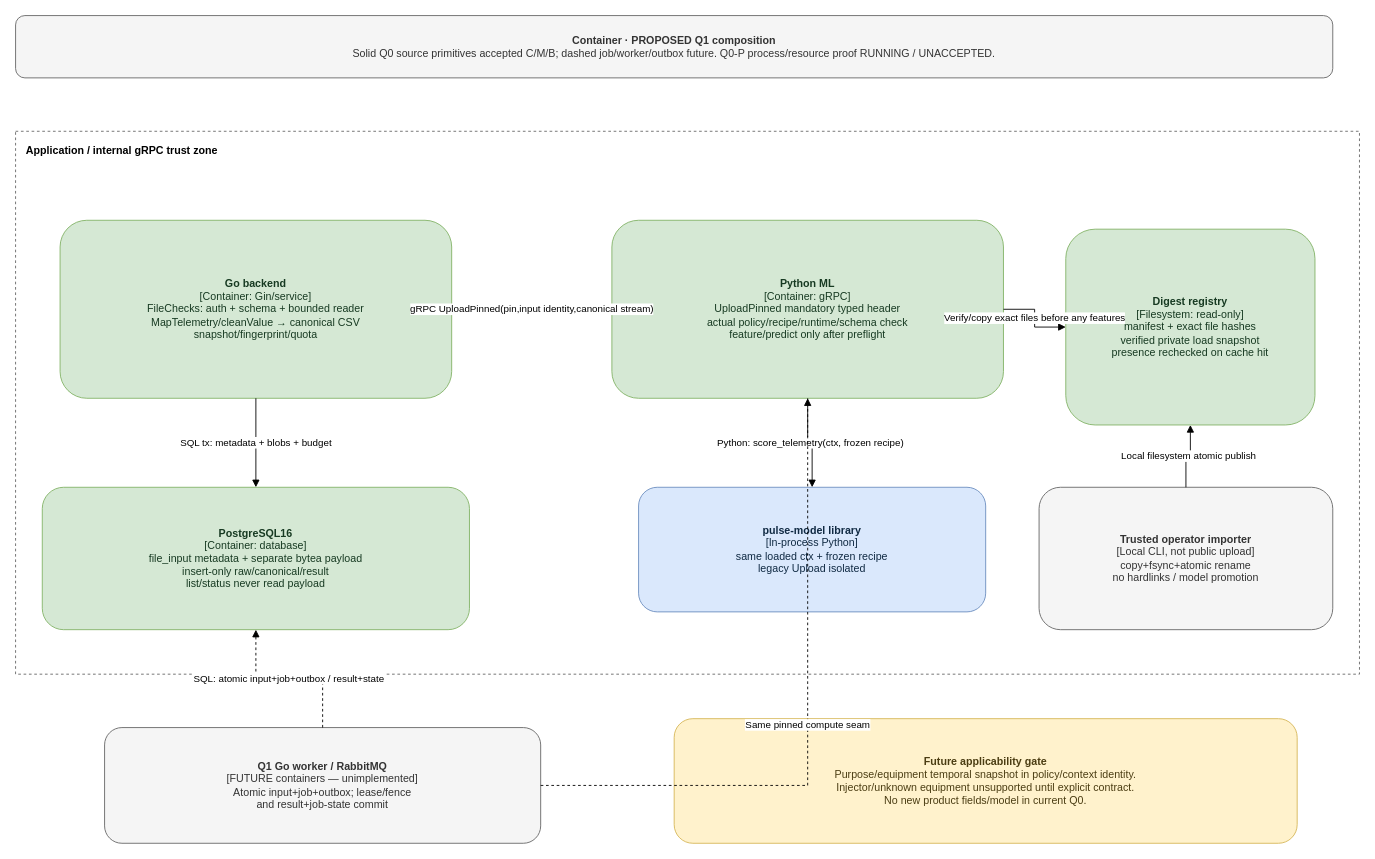
The draw.io diagram page "C2 Proposed — Q1 transaction composition" (4 of 6) of docs/q0-artifact-pinning.drawio in effitech-pulse/pulse-backend, before the edit. Source tidied: cells renumbered, new cells numbered last; positions are measured from the earlier drawing's top-left corner, leaving out a move shared by most shapes. Both pictures are drawn from the tidied source at 89%, with x=0, y=0 at pixel (15, 15).
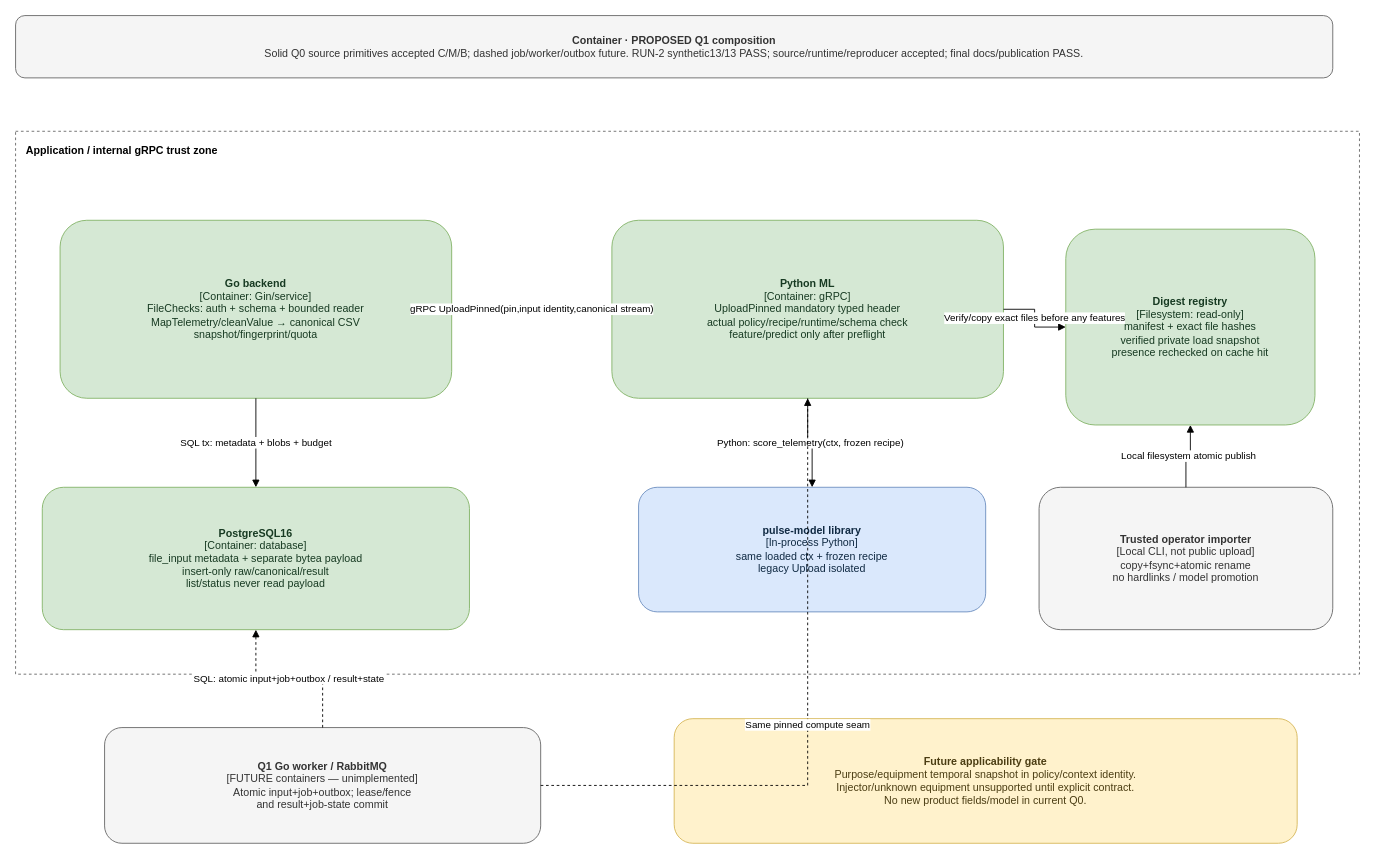
After the change.

The edit, as a diff of the source:
```diff
@@
 <mxGraphModel>
   <root>
     <mxCell id="0" />
     <mxCell id="1" parent="0" />
-    <mxCell id="2" value="&lt;b&gt;Container · PROPOSED Q1 composition&lt;/b&gt;&lt;br&gt;Solid Q0 source primitives accepted C/M/B; dashed job/worker/outbox future. Q0-P process/resource proof RUNNING / UNACCEPTED." style="rounded=1;whiteSpace=wrap;html=1;fillColor=#f5f5f5;strokeColor=#666666;fontColor=#333333;" parent="1" vertex="1">
+    <mxCell id="2" value="&lt;b&gt;Container · PROPOSED Q1 composition&lt;/b&gt;&lt;br&gt;Solid Q0 source primitives accepted C/M/B; dashed job/worker/outbox future. RUN-2 synthetic13/13 PASS; source/runtime/reproducer accepted; final docs/publication PASS." style="rounded=1;whiteSpace=wrap;html=1;fillColor=#f5f5f5;strokeColor=#666666;fontColor=#333333;" parent="1" vertex="1">
       <mxGeometry width="1480" height="70" as="geometry" />
     </mxCell>
     <mxCell id="3" value="Application / internal gRPC trust zone" style="rounded=0;whiteSpace=wrap;html=1;fillColor=none;strokeColor=#666666;dashed=1;verticalAlign=top;align=left;fontStyle=1;spacingTop=8;spacingLeft=10;" parent="1" vertex="1">
       <mxGeometry y="130" width="1510" height="610" as="geometry" />
     </mxCell>
     <mxCell id="4" value="&lt;b&gt;Go backend&lt;/b&gt;&lt;br&gt;[Container: Gin/service]&lt;br&gt;FileChecks: auth + schema + bounded reader&lt;br&gt;MapTelemetry/cleanValue → canonical CSV&lt;br&gt;snapshot/fingerprint/quota" style="rounded=1;whiteSpace=wrap;html=1;fillColor=#d5e8d4;strokeColor=#82b366;fontColor=#173a22;" parent="1" vertex="1">
       <mxGeometry x="50" y="230" width="440" height="200" as="geometry" />
     </mxCell>
     <mxCell id="5" value="&lt;b&gt;PostgreSQL16&lt;/b&gt;&lt;br&gt;[Container: database]&lt;br&gt;file_input metadata + separate bytea payload&lt;br&gt;insert-only raw/canonical/result&lt;br&gt;list/status never read payload" style="rounded=1;whiteSpace=wrap;html=1;fillColor=#d5e8d4;strokeColor=#82b366;fontColor=#173a22;" parent="1" vertex="1">
       <mxGeometry x="30" y="530" width="480" height="160" as="geometry" />
     </mxCell>
     <mxCell id="6" value="&lt;b&gt;Python ML&lt;/b&gt;&lt;br&gt;[Container: gRPC]&lt;br&gt;UploadPinned mandatory typed header&lt;br&gt;actual policy/recipe/runtime/schema check&lt;br&gt;feature/predict only after preflight" style="rounded=1;whiteSpace=wrap;html=1;fillColor=#d5e8d4;strokeColor=#82b366;fontColor=#173a22;" parent="1" vertex="1">
       <mxGeometry x="670" y="230" width="440" height="200" as="geometry" />
     </mxCell>
     <mxCell id="7" value="&lt;b&gt;pulse-model library&lt;/b&gt;&lt;br&gt;[In-process Python]&lt;br&gt;same loaded ctx + frozen recipe&lt;br&gt;legacy Upload isolated" style="rounded=1;whiteSpace=wrap;html=1;fillColor=#dae8fc;strokeColor=#6c8ebf;fontColor=#102a43;" parent="1" vertex="1">
       <mxGeometry x="700" y="530" width="390" height="140" as="geometry" />
     </mxCell>
     <mxCell id="8" value="&lt;b&gt;Digest registry&lt;/b&gt;&lt;br&gt;[Filesystem: read-only]&lt;br&gt;manifest + exact file hashes&lt;br&gt;verified private load snapshot&lt;br&gt;presence rechecked on cache hit" style="rounded=1;whiteSpace=wrap;html=1;fillColor=#d5e8d4;strokeColor=#82b366;fontColor=#173a22;" parent="1" vertex="1">
       <mxGeometry x="1180" y="240" width="280" height="220" as="geometry" />
     </mxCell>
     <mxCell id="9" value="&lt;b&gt;Trusted operator importer&lt;/b&gt;&lt;br&gt;[Local CLI, not public upload]&lt;br&gt;copy+fsync+atomic rename&lt;br&gt;no hardlinks / model promotion" style="rounded=1;whiteSpace=wrap;html=1;fillColor=#f5f5f5;strokeColor=#666666;fontColor=#333333;" parent="1" vertex="1">
       <mxGeometry x="1150" y="530" width="330" height="160" as="geometry" />
     </mxCell>
     <mxCell id="10" value="&lt;b&gt;Q1 Go worker / RabbitMQ&lt;/b&gt;&lt;br&gt;[FUTURE containers — unimplemented]&lt;br&gt;Atomic input+job+outbox; lease/fence&lt;br&gt;and result+job-state commit" style="rounded=1;whiteSpace=wrap;html=1;fillColor=#f5f5f5;strokeColor=#666666;fontColor=#333333;" parent="1" vertex="1">
       <mxGeometry x="100" y="800" width="490" height="130" as="geometry" />
     </mxCell>
     <mxCell id="11" value="&lt;b&gt;Future applicability gate&lt;/b&gt;&lt;br&gt;Purpose/equipment temporal snapshot in policy/context identity.&lt;br&gt;Injector/unknown equipment unsupported until explicit contract.&lt;br&gt;No new product fields/model in current Q0." style="rounded=1;whiteSpace=wrap;html=1;fillColor=#fff2cc;strokeColor=#d6b656;fontColor=#4b3d13;" parent="1" vertex="1">
       <mxGeometry x="740" y="790" width="700" height="140" as="geometry" />
     </mxCell>
     <mxCell id="12" value="SQL tx: metadata + blobs + budget" style="edgeStyle=orthogonalEdgeStyle;rounded=0;html=1;endArrow=block;endFill=1;" parent="1" edge="1" source="4" target="5">
       <mxGeometry relative="1" as="geometry" />
     </mxCell>
     <mxCell id="13" value="gRPC UploadPinned(pin,input identity,canonical stream)" style="edgeStyle=orthogonalEdgeStyle;rounded=0;html=1;endArrow=block;endFill=1;" parent="1" edge="1" source="4" target="6">
       <mxGeometry relative="1" as="geometry" />
     </mxCell>
     <mxCell id="14" value="Verify/copy exact files before any features" style="edgeStyle=orthogonalEdgeStyle;rounded=0;html=1;endArrow=block;endFill=1;" parent="1" edge="1" source="6" target="8">
       <mxGeometry relative="1" as="geometry" />
     </mxCell>
     <mxCell id="15" value="Python: score_telemetry(ctx, frozen recipe)" style="edgeStyle=orthogonalEdgeStyle;rounded=0;html=1;endArrow=block;endFill=1;" parent="1" edge="1" source="6" target="7">
       <mxGeometry relative="1" as="geometry" />
     </mxCell>
     <mxCell id="16" value="Local filesystem atomic publish" style="edgeStyle=orthogonalEdgeStyle;rounded=0;html=1;endArrow=block;endFill=1;" parent="1" edge="1" source="9" target="8">
       <mxGeometry relative="1" as="geometry" />
     </mxCell>
     <mxCell id="17" value="SQL: atomic input+job+outbox / result+state" style="edgeStyle=orthogonalEdgeStyle;rounded=0;html=1;endArrow=block;endFill=1;dashed=1;" parent="1" edge="1" source="10" target="5">
       <mxGeometry relative="1" as="geometry" />
     </mxCell>
     <mxCell id="18" value="Same pinned compute seam" style="edgeStyle=orthogonalEdgeStyle;rounded=0;html=1;endArrow=block;endFill=1;dashed=1;" parent="1" edge="1" source="10" target="6">
       <mxGeometry relative="1" as="geometry" />
     </mxCell>
   </root>
 </mxGraphModel>
```
